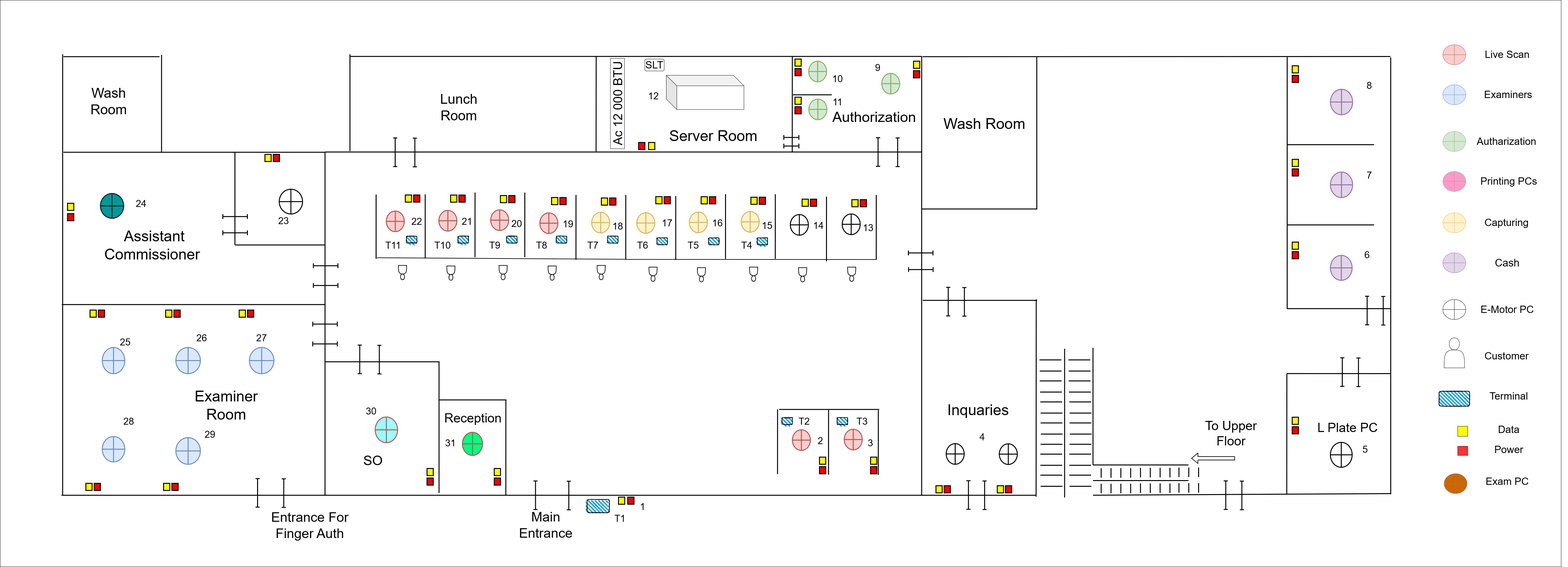
Above: gampaha_full.png in thushan-harshajeewa/dmt-diagrams (draw.io), before the change. Source tidied: cells renumbered, new cells last; positions are measured from the earlier drawing's top-left corner, leaving out a move shared by most shapes.
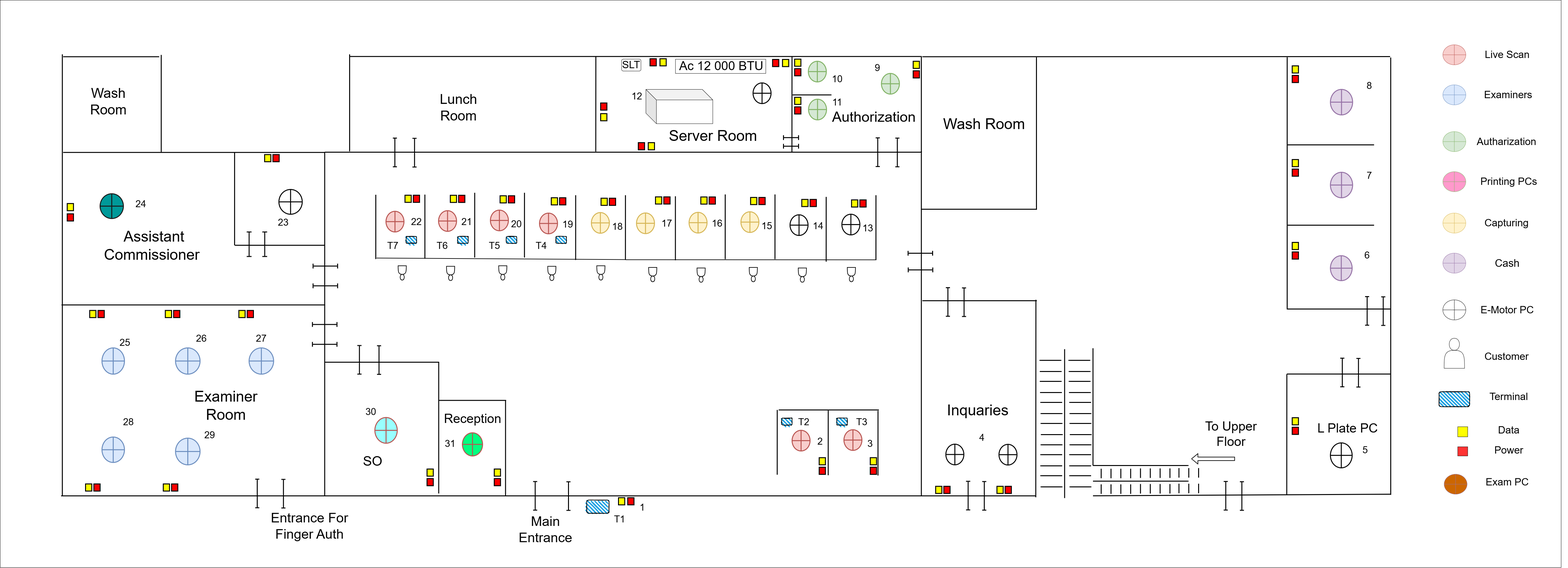
After the commit.

What changed in the source:
```diff
@@ -9,7 +9,7 @@
       <mxGeometry x="-21" width="4900" height="1780" as="geometry" />
     </mxCell>
     <mxCell id="4" style="group;" parent="2" vertex="1">
-      <mxGeometry x="171.3" y="170" width="3095.4" height="1490" as="geometry" />
+      <mxGeometry x="170.3" y="170" width="3095.4" height="1490" as="geometry" />
     </mxCell>
     <mxCell id="5" style="endArrow=none;html=1;strokeWidth=3;" parent="4" edge="1">
       <mxGeometry relative="1" as="geometry">
@@ -233,15 +233,6 @@
     <mxCell id="65" style="shape=orEllipse;perimeter=ellipsePerimeter;whiteSpace=wrap;html=1;backgroundOutline=1;strokeWidth=3;" parent="4" vertex="1">
       <mxGeometry x="2450.9" y="501.6" width="56.4" height="64.8" as="geometry" />
     </mxCell>
-    <mxCell id="66" style="rounded=1;whiteSpace=wrap;html=1;strokeWidth=2;fillWeight=4;hachureGap=8;hachureAngle=45;fillColor=#1ba1e2;sketch=1;direction=west;" parent="4" vertex="1">
-      <mxGeometry x="1869.3" y="576.4" width="32.8" height="21.9" as="geometry" />
-    </mxCell>
-    <mxCell id="67" style="rounded=1;whiteSpace=wrap;html=1;strokeWidth=2;fillWeight=4;hachureGap=8;hachureAngle=45;fillColor=#1ba1e2;sketch=1;direction=west;" parent="4" vertex="1">
-      <mxGeometry x="2031.4" y="576.4" width="32.8" height="21.9" as="geometry" />
-    </mxCell>
-    <mxCell id="68" style="rounded=1;whiteSpace=wrap;html=1;strokeWidth=2;fillWeight=4;hachureGap=8;hachureAngle=45;fillColor=#1ba1e2;sketch=1;direction=west;" parent="4" vertex="1">
-      <mxGeometry x="2183.9" y="576.4" width="32.8" height="21.9" as="geometry" />
-    </mxCell>
     <mxCell id="69" style="shape=actor;whiteSpace=wrap;html=1;direction=west;strokeWidth=2;" parent="4" vertex="1">
       <mxGeometry x="1844.3" y="668.5" width="25.7" height="44.9" as="geometry" />
     </mxCell>
@@ -354,7 +345,7 @@
       </mxGeometry>
     </mxCell>
     <mxCell id="95" value="&lt;font style=&quot;font-size: 42px;&quot;&gt;Main Entrance&lt;/font&gt;" style="text;html=1;align=center;verticalAlign=middle;whiteSpace=wrap;rounded=0;" parent="4" vertex="1">
-      <mxGeometry x="1501.8" y="1467.5" width="38.5" height="22.5" as="geometry" />
+      <mxGeometry x="1501.8" y="1479.5" width="38.5" height="22.5" as="geometry" />
     </mxCell>
     <mxCell id="96" style="shape=crossbar;whiteSpace=wrap;html=1;rounded=1;direction=south;strokeWidth=3;" parent="4" vertex="1">
       <mxGeometry x="930" y="913.5" width="12.8" height="89.8" as="geometry" />
@@ -462,16 +453,16 @@
       <mxGeometry x="2674.7" y="51.7" width="19.6" height="22.4" as="geometry" />
     </mxCell>
     <mxCell id="124" style="rounded=1;whiteSpace=wrap;html=1;" parent="4" vertex="1">
-      <mxGeometry x="1831.4" y="15" width="60.7" height="37.4" as="geometry" />
+      <mxGeometry x="1759.4" y="15" width="60.7" height="37.4" as="geometry" />
     </mxCell>
-    <mxCell id="125" style="rounded=0;whiteSpace=wrap;html=1;direction=west;" parent="4" vertex="1">
-      <mxGeometry x="1723.2" y="13" width="44.5" height="283.6" as="geometry" />
+    <mxCell id="125" style="rounded=0;whiteSpace=wrap;html=1;direction=north;" parent="4" vertex="1">
+      <mxGeometry x="1928.5" y="15.4" width="283.6" height="44.5" as="geometry" />
     </mxCell>
-    <mxCell id="126" value="&lt;font style=&quot;font-size: 39px;&quot;&gt;Ac 12 000 BTU&lt;/font&gt;" style="text;html=1;align=center;verticalAlign=middle;whiteSpace=wrap;rounded=0;rotation=270;strokeWidth=2;" parent="4" vertex="1">
-      <mxGeometry x="1593.4" y="152" width="308.4" height="3.5" as="geometry" />
+    <mxCell id="126" value="&lt;font style=&quot;font-size: 39px;&quot;&gt;Ac 12 000 BTU&lt;/font&gt;" style="text;html=1;align=center;verticalAlign=middle;whiteSpace=wrap;rounded=0;rotation=0;strokeWidth=2;" parent="4" vertex="1">
+      <mxGeometry x="1918.2" y="34.9" width="308.4" height="3.5" as="geometry" />
     </mxCell>
     <mxCell id="127" value="&lt;font style=&quot;font-size: 32px;&quot;&gt;SLT&lt;/font&gt;" style="text;html=1;align=center;verticalAlign=middle;whiteSpace=wrap;rounded=0;rotation=0;" parent="4" vertex="1">
-      <mxGeometry x="1851.4" y="31.6" width="19.9" height="3.5" as="geometry" />
+      <mxGeometry x="1779.4" y="31.6" width="19.9" height="3.5" as="geometry" />
     </mxCell>
     <mxCell id="128" style="endArrow=none;html=1;strokeWidth=3;" parent="4" edge="1">
       <mxGeometry relative="1" as="geometry">
@@ -584,11 +575,11 @@
         <mxPoint x="827.4" y="307.7" as="targetPoint" />
       </mxGeometry>
     </mxCell>
-    <mxCell id="156" style="shape=crossbar;whiteSpace=wrap;html=1;rounded=1;direction=west;strokeWidth=3;" parent="4" vertex="1">
-      <mxGeometry x="506.7" y="553.2" width="77" height="15" as="geometry" />
+    <mxCell id="156" style="shape=crossbar;whiteSpace=wrap;html=1;rounded=1;direction=north;strokeWidth=3;" parent="4" vertex="1">
+      <mxGeometry x="631.7" y="557.2" width="15" height="77" as="geometry" />
     </mxCell>
-    <mxCell id="157" style="shape=crossbar;whiteSpace=wrap;html=1;rounded=1;direction=west;strokeWidth=3;" parent="4" vertex="1">
-      <mxGeometry x="506.7" y="502.3" width="77" height="15" as="geometry" />
+    <mxCell id="157" style="shape=crossbar;whiteSpace=wrap;html=1;rounded=1;direction=north;strokeWidth=3;" parent="4" vertex="1">
+      <mxGeometry x="582.7" y="557.3" width="15" height="77" as="geometry" />
     </mxCell>
     <mxCell id="158" style="shape=orEllipse;perimeter=ellipsePerimeter;whiteSpace=wrap;html=1;backgroundOutline=1;strokeWidth=3;fillColor=#dae8fc;strokeColor=#6c8ebf;" parent="4" vertex="1">
       <mxGeometry x="128.3" y="921" width="70.6" height="82.4" as="geometry" />
@@ -662,9 +653,6 @@
     <mxCell id="179" style="rounded=1;whiteSpace=wrap;html=1;strokeWidth=2;fillWeight=4;hachureGap=8;hachureAngle=45;fillColor=#1ba1e2;sketch=1;direction=west;" parent="4" vertex="1">
       <mxGeometry x="1553.4" y="571.2" width="32.8" height="21.9" as="geometry" />
     </mxCell>
-    <mxCell id="180" style="rounded=1;whiteSpace=wrap;html=1;strokeWidth=2;fillWeight=4;hachureGap=8;hachureAngle=45;fillColor=#1ba1e2;sketch=1;direction=west;" parent="4" vertex="1">
-      <mxGeometry x="1714.5" y="571.2" width="32.8" height="21.9" as="geometry" />
-    </mxCell>
     <mxCell id="181" style="rounded=0;whiteSpace=wrap;html=1;fillColor=#FFFF00;strokeWidth=3;" parent="4" vertex="1">
       <mxGeometry x="1843.1" y="277" width="19.6" height="22.4" as="geometry" />
     </mxCell>
@@ -741,10 +729,10 @@
       <mxGeometry x="2423.2" y="140.8" width="25.6" height="19.4" as="geometry" />
     </mxCell>
     <mxCell id="205" value="&lt;font style=&quot;font-size: 30px;&quot;&gt;12&lt;/font&gt;" style="text;html=1;align=center;verticalAlign=middle;whiteSpace=wrap;rounded=0;strokeWidth=3;" parent="4" vertex="1">
-      <mxGeometry x="1845.7" y="121.3" width="25.6" height="19.4" as="geometry" />
+      <mxGeometry x="1794.7" y="121.3" width="25.6" height="19.4" as="geometry" />
     </mxCell>
     <mxCell id="206" value="&lt;font style=&quot;font-size: 30px;&quot;&gt;23&lt;/font&gt;" style="text;html=1;align=center;verticalAlign=middle;whiteSpace=wrap;rounded=0;strokeWidth=3;" parent="4" vertex="1">
-      <mxGeometry x="685.1" y="513.2" width="25.6" height="19.4" as="geometry" />
+      <mxGeometry x="685.1" y="517.2" width="25.6" height="19.4" as="geometry" />
     </mxCell>
     <mxCell id="207" value="&lt;font style=&quot;font-size: 30px;&quot;&gt;24&lt;/font&gt;" style="text;html=1;align=center;verticalAlign=middle;whiteSpace=wrap;rounded=0;strokeWidth=3;" parent="4" vertex="1">
       <mxGeometry x="237.7" y="459.6" width="25.6" height="19.4" as="geometry" />
@@ -770,30 +758,21 @@
     <mxCell id="214" value="&lt;font style=&quot;font-size: 30px;&quot;&gt;31&lt;/font&gt;" style="text;html=1;align=center;verticalAlign=middle;whiteSpace=wrap;rounded=0;strokeWidth=3;" parent="4" vertex="1">
       <mxGeometry x="1209.2" y="1211.6" width="25.6" height="19.4" as="geometry" />
     </mxCell>
-    <mxCell id="215" value="&lt;font style=&quot;font-size: 30px;&quot;&gt;T4&lt;/font&gt;" style="text;html=1;align=center;verticalAlign=middle;whiteSpace=wrap;rounded=0;strokeWidth=3;" parent="4" vertex="1">
-      <mxGeometry x="2138.8" y="590.3" width="25.6" height="19.4" as="geometry" />
-    </mxCell>
-    <mxCell id="216" value="&lt;font style=&quot;font-size: 30px;&quot;&gt;T5&lt;/font&gt;" style="text;html=1;align=center;verticalAlign=middle;whiteSpace=wrap;rounded=0;strokeWidth=3;" parent="4" vertex="1">
-      <mxGeometry x="1970.6" y="590.3" width="25.6" height="19.4" as="geometry" />
-    </mxCell>
-    <mxCell id="217" value="&lt;font style=&quot;font-size: 30px;&quot;&gt;T6&lt;/font&gt;" style="text;html=1;align=center;verticalAlign=middle;whiteSpace=wrap;rounded=0;strokeWidth=3;" parent="4" vertex="1">
-      <mxGeometry x="1811.9" y="590.3" width="25.6" height="19.4" as="geometry" />
-    </mxCell>
-    <mxCell id="218" value="&lt;font style=&quot;font-size: 30px;&quot;&gt;T7&lt;/font&gt;" style="text;html=1;align=center;verticalAlign=middle;whiteSpace=wrap;rounded=0;strokeWidth=3;" parent="4" vertex="1">
-      <mxGeometry x="1655.9" y="590.3" width="25.6" height="19.4" as="geometry" />
-    </mxCell>
-    <mxCell id="219" value="&lt;font style=&quot;font-size: 30px;&quot;&gt;T8&lt;/font&gt;" style="text;html=1;align=center;verticalAlign=middle;whiteSpace=wrap;rounded=0;strokeWidth=3;" parent="4" vertex="1">
+    <mxCell id="219" value="&lt;font style=&quot;font-size: 30px;&quot;&gt;T4&lt;/font&gt;" style="text;html=1;align=center;verticalAlign=middle;whiteSpace=wrap;rounded=0;strokeWidth=3;" parent="4" vertex="1">
       <mxGeometry x="1494.5" y="590.3" width="25.6" height="19.4" as="geometry" />
     </mxCell>
-    <mxCell id="220" value="&lt;font style=&quot;font-size: 30px;&quot;&gt;T9&lt;/font&gt;" style="text;html=1;align=center;verticalAlign=middle;whiteSpace=wrap;rounded=0;strokeWidth=3;" parent="4" vertex="1">
+    <mxCell id="220" value="&lt;font style=&quot;font-size: 30px;&quot;&gt;T5&lt;/font&gt;" style="text;html=1;align=center;verticalAlign=middle;whiteSpace=wrap;rounded=0;strokeWidth=3;" parent="4" vertex="1">
       <mxGeometry x="1347.6" y="590.3" width="25.6" height="19.4" as="geometry" />
     </mxCell>
-    <mxCell id="221" value="&lt;font style=&quot;font-size: 30px;&quot;&gt;T10&lt;/font&gt;" style="text;html=1;align=center;verticalAlign=middle;whiteSpace=wrap;rounded=0;strokeWidth=3;" parent="4" vertex="1">
+    <mxCell id="221" value="&lt;font style=&quot;font-size: 30px;&quot;&gt;T6&lt;/font&gt;" style="text;html=1;align=center;verticalAlign=middle;whiteSpace=wrap;rounded=0;strokeWidth=3;" parent="4" vertex="1">
       <mxGeometry x="1183.6" y="590.3" width="25.6" height="19.4" as="geometry" />
     </mxCell>
-    <mxCell id="222" value="&lt;font style=&quot;font-size: 30px;&quot;&gt;T11&lt;/font&gt;" style="text;html=1;align=center;verticalAlign=middle;whiteSpace=wrap;rounded=0;strokeWidth=3;" parent="4" vertex="1">
+    <mxCell id="222" value="&lt;font style=&quot;font-size: 30px;&quot;&gt;T7&lt;/font&gt;" style="text;html=1;align=center;verticalAlign=middle;whiteSpace=wrap;rounded=0;strokeWidth=3;" parent="4" vertex="1">
       <mxGeometry x="1028.6" y="590.3" width="25.6" height="19.4" as="geometry" />
     </mxCell>
+    <mxCell id="341" style="shape=orEllipse;perimeter=ellipsePerimeter;whiteSpace=wrap;html=1;backgroundOutline=1;strokeWidth=3;" parent="4" vertex="1">
+      <mxGeometry x="2172.1" y="89.7" width="56.4" height="64.8" as="geometry" />
+    </mxCell>
     <mxCell id="223" style="group;" parent="2" vertex="1">
       <mxGeometry x="4495.7" y="140" width="315.2" height="1410" as="geometry" />
     </mxCell>
@@ -1290,7 +1269,7 @@
       <mxGeometry x="4104.3" y="1327.4" width="209.9" height="30" as="geometry" />
     </mxCell>
     <mxCell id="328" style="shape=cube;whiteSpace=wrap;html=1;boundedLbl=1;backgroundOutline=1;darkOpacity=0.05;darkOpacity2=0.1;size=33;" parent="2" vertex="1">
-      <mxGeometry x="2070" y="236.1" width="243.7" height="107.6" as="geometry" />
+      <mxGeometry x="2006" y="280" width="210" height="107.6" as="geometry" />
     </mxCell>
     <mxCell id="329" style="shape=orEllipse;perimeter=ellipsePerimeter;whiteSpace=wrap;html=1;backgroundOutline=1;strokeWidth=3;fillColor=#00FF80;strokeColor=#b85450;" parent="2" vertex="1">
       <mxGeometry x="1430" y="1357.4" width="63.3" height="72.6" as="geometry" />
@@ -1331,5 +1310,23 @@
     <mxCell id="340" value="&lt;font style=&quot;font-size: 30px;&quot;&gt;8&lt;/font&gt;" style="text;html=1;align=center;verticalAlign=middle;whiteSpace=wrap;rounded=0;strokeWidth=3;" parent="2" vertex="1">
       <mxGeometry x="4263.5" y="258.5" width="25.6" height="19.4" as="geometry" />
     </mxCell>
+    <mxCell id="342" style="rounded=0;whiteSpace=wrap;html=1;fillColor=#FFFF00;strokeWidth=3;" parent="2" vertex="1">
+      <mxGeometry x="2050.2" y="183.7" width="19.6" height="22.4" as="geometry" />
+    </mxCell>
+    <mxCell id="343" style="rounded=0;whiteSpace=wrap;html=1;fillColor=#FF0000;strokeWidth=3;" parent="2" vertex="1">
+      <mxGeometry x="2019" y="183.7" width="19.6" height="22.4" as="geometry" />
+    </mxCell>
+    <mxCell id="344" style="rounded=0;whiteSpace=wrap;html=1;fillColor=#FFFF00;strokeWidth=3;" parent="2" vertex="1">
+      <mxGeometry x="2434.8" y="186" width="19.6" height="22.4" as="geometry" />
+    </mxCell>
+    <mxCell id="345" style="rounded=0;whiteSpace=wrap;html=1;fillColor=#FF0000;strokeWidth=3;" parent="2" vertex="1">
+      <mxGeometry x="2403.6" y="186" width="19.6" height="22.4" as="geometry" />
+    </mxCell>
+    <mxCell id="346" style="rounded=0;whiteSpace=wrap;html=1;fillColor=#FF0000;strokeWidth=3;" parent="2" vertex="1">
+      <mxGeometry x="1864" y="322.6" width="19.6" height="22.4" as="geometry" />
+    </mxCell>
+    <mxCell id="347" style="rounded=0;whiteSpace=wrap;html=1;fillColor=#FFFF00;strokeWidth=3;" parent="2" vertex="1">
+      <mxGeometry x="1864" y="356" width="19.6" height="22.4" as="geometry" />
+    </mxCell>
   </root>
 </mxGraphModel>
```
